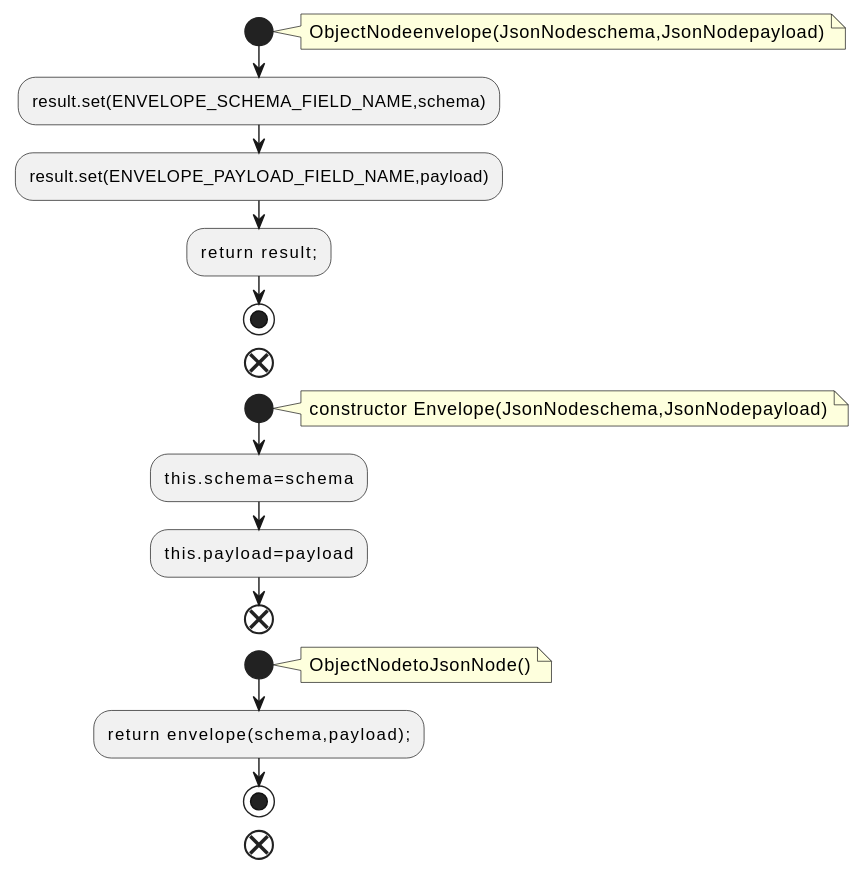
Earlier version of the PlantUML export docs/qc/connect/json/src/main/java/org/apache/kafka/connect/json/JsonSchema.java.fct.svg (qualitesys/kafka). Source of this version:
```plantuml
@startuml
!pragma layout smetana
start
note right
ObjectNodeenvelope(JsonNodeschema,JsonNodepayload)
end note
:result.set(ENVELOPE_SCHEMA_FIELD_NAME,schema);
:result.set(ENVELOPE_PAYLOAD_FIELD_NAME,payload);
:return result;;
stop
end
start
note right
constructor Envelope(JsonNodeschema,JsonNodepayload)
end note
:this.schema=schema;
:this.payload=payload;
end
start
note right
ObjectNodetoJsonNode()
end note
:return envelope(schema,payload);;
stop
end
@enduml
```
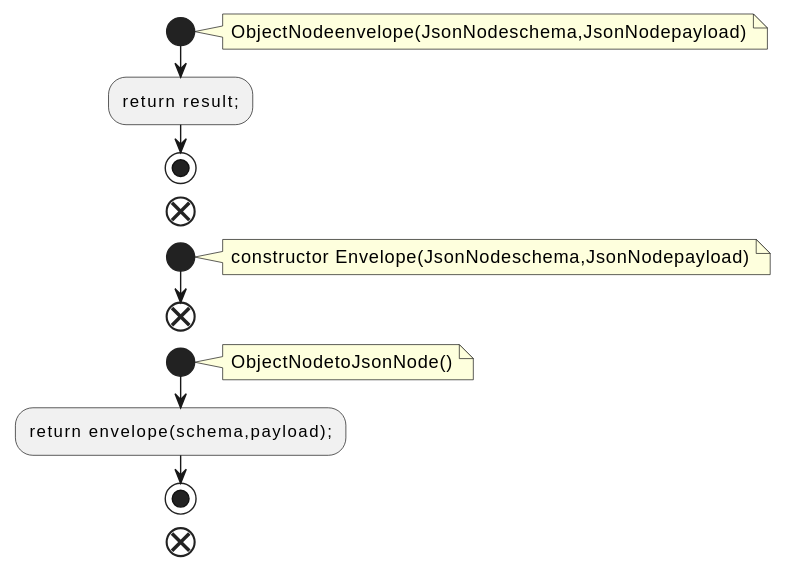
Above is the later version.

The edit, as a diff of the source:
```diff
@@ -4,8 +4,6 @@
 note right
 ObjectNodeenvelope(JsonNodeschema,JsonNodepayload)
 end note
-:result.set(ENVELOPE_SCHEMA_FIELD_NAME,schema);
-:result.set(ENVELOPE_PAYLOAD_FIELD_NAME,payload);
 :return result;;
 stop
 end
@@ -13,8 +11,6 @@
 note right
 constructor Envelope(JsonNodeschema,JsonNodepayload)
 end note
-:this.schema=schema;
-:this.payload=payload;
 end
 start
 note right
```
